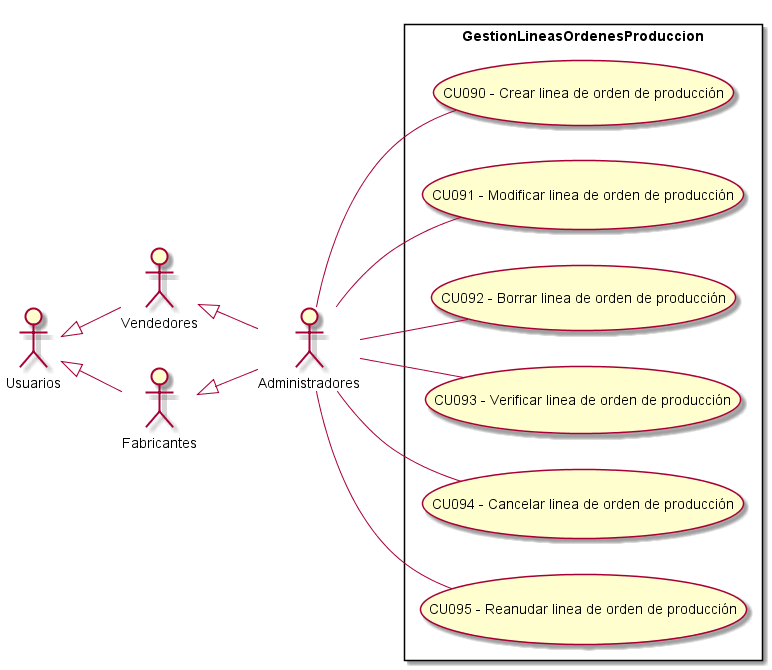
The PlantUML diagram Informe Final/Imagenes/ModeladoDeCasosDeUso/DiagramaDeCasosDeUso/GestionLineasOrdenesProduccion.png in ZMGestion/DocumentacionZMGestion, before a commit.
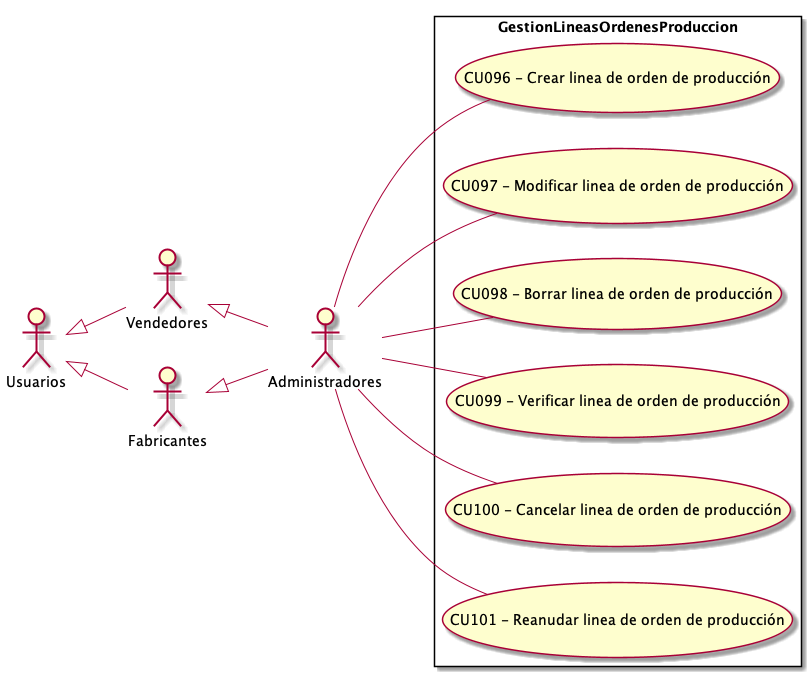
The same file after the commit.

What changed in the source:
```diff
@@ -13,12 +13,12 @@
  left to right direction
 
 rectangle GestionLineasOrdenesProduccion{
-    UseCase "CU090 - Crear linea de orden de producción" as C
-    UseCase "CU091 - Modificar linea de orden de producción" as M
-    UseCase "CU092 - Borrar linea de orden de producción" as B
-    UseCase "CU093 - Verificar linea de orden de producción" as Verificar
-    UseCase "CU094 - Cancelar linea de orden de producción" as Cancelar
-    UseCase "CU095 - Reanudar linea de orden de producción" as Reanudar
+    UseCase "CU096 - Crear linea de orden de producción" as C
+    UseCase "CU097 - Modificar linea de orden de producción" as M
+    UseCase "CU098 - Borrar linea de orden de producción" as B
+    UseCase "CU099 - Verificar linea de orden de producción" as Verificar
+    UseCase "CU100 - Cancelar linea de orden de producción" as Cancelar
+    UseCase "CU101 - Reanudar linea de orden de producción" as Reanudar
 }
     Administradores -- C
     Administradores -- Verificar
```
